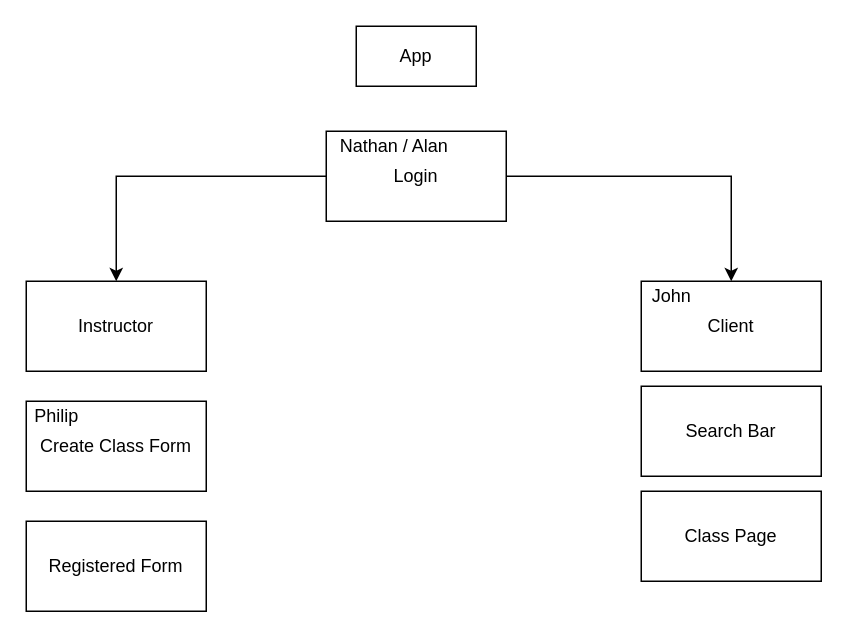
Before: design.drawio in Build-Week-AnywhereFitness-1021/front-end, a draw.io diagram. Source tidied: cells renumbered, new cells numbered last; positions are measured from the earlier drawing's top-left corner, leaving out a move shared by most shapes. Both pictures are drawn from the tidied source at 150%, with x=0, y=0 at pixel (26, 26).
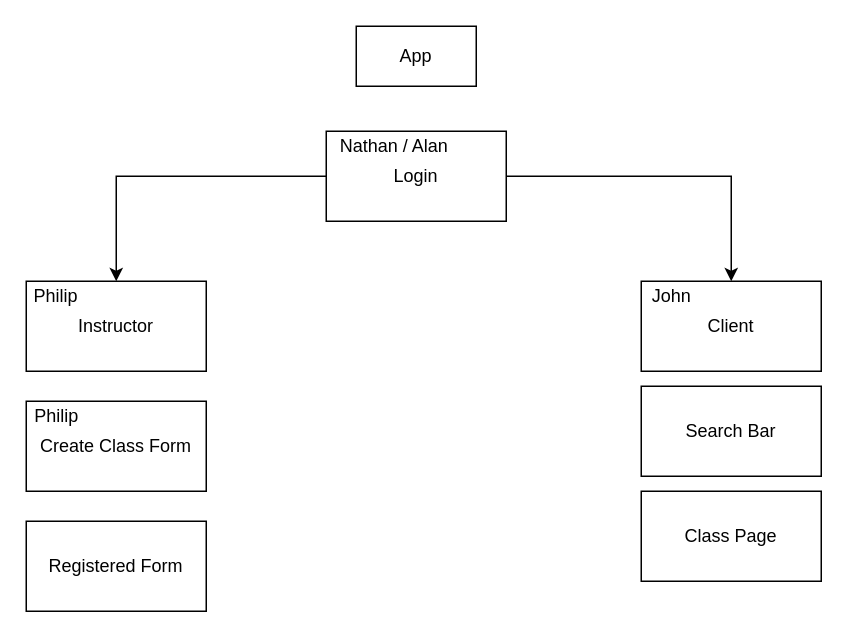
The same page after the edit.

The edit, as a diff of the source:
```diff
@@
 <mxGraphModel>
   <root>
     <mxCell id="0" />
     <mxCell id="1" parent="0" />
     <mxCell id="2" value="App&lt;br&gt;" style="whiteSpace=wrap;html=1;" parent="1" vertex="1">
       <mxGeometry x="220" width="80" height="40" as="geometry" />
     </mxCell>
     <mxCell id="3" style="edgeStyle=orthogonalEdgeStyle;rounded=0;jettySize=auto;html=1;exitX=0;exitY=0.5;exitDx=0;exitDy=0;entryX=0.5;entryY=0;entryDx=0;entryDy=0;" parent="1" edge="1" source="5" target="6">
       <mxGeometry relative="1" as="geometry" />
     </mxCell>
     <mxCell id="4" style="edgeStyle=orthogonalEdgeStyle;rounded=0;jettySize=auto;html=1;entryX=0.5;entryY=0;entryDx=0;entryDy=0;" parent="1" edge="1" source="5" target="7">
       <mxGeometry relative="1" as="geometry" />
     </mxCell>
     <mxCell id="5" value="Login&lt;br&gt;" style="whiteSpace=wrap;html=1;" parent="1" vertex="1">
       <mxGeometry x="200" y="70" width="120" height="60" as="geometry" />
     </mxCell>
     <mxCell id="6" value="Instructor&lt;br&gt;" style="whiteSpace=wrap;html=1;" parent="1" vertex="1">
       <mxGeometry y="170" width="120" height="60" as="geometry" />
     </mxCell>
     <mxCell id="7" value="Client&lt;br&gt;" style="whiteSpace=wrap;html=1;" parent="1" vertex="1">
       <mxGeometry x="410" y="170" width="120" height="60" as="geometry" />
     </mxCell>
     <mxCell id="8" value="Create Class Form&lt;br&gt;" style="whiteSpace=wrap;html=1;" parent="1" vertex="1">
       <mxGeometry y="250" width="120" height="60" as="geometry" />
     </mxCell>
     <mxCell id="9" value="Class Page" style="whiteSpace=wrap;html=1;" parent="1" vertex="1">
       <mxGeometry x="410" y="310" width="120" height="60" as="geometry" />
     </mxCell>
     <mxCell id="10" value="Search Bar&lt;br&gt;" style="whiteSpace=wrap;html=1;" parent="1" vertex="1">
       <mxGeometry x="410" y="240" width="120" height="60" as="geometry" />
     </mxCell>
     <mxCell id="11" value="Registered Form&lt;br&gt;" style="whiteSpace=wrap;html=1;" parent="1" vertex="1">
       <mxGeometry y="330" width="120" height="60" as="geometry" />
     </mxCell>
     <mxCell id="12" value="Nathan / Alan" style="text;html=1;align=center;verticalAlign=middle;fillColor=none;strokeColor=none;rounded=0;" parent="1" vertex="1">
       <mxGeometry x="200" y="70" width="90" height="20" as="geometry" />
     </mxCell>
     <mxCell id="13" value="Philip" style="text;html=1;align=center;verticalAlign=middle;fillColor=none;strokeColor=none;rounded=0;" parent="1" vertex="1">
       <mxGeometry y="250" width="40" height="20" as="geometry" />
     </mxCell>
     <mxCell id="14" value="John&lt;br&gt;" style="text;html=1;align=center;verticalAlign=middle;fillColor=none;strokeColor=none;rounded=0;" parent="1" vertex="1">
       <mxGeometry x="410" y="170" width="40" height="20" as="geometry" />
     </mxCell>
+    <mxCell id="15" value="Philip" style="text;html=1;strokeColor=none;fillColor=none;align=center;verticalAlign=middle;whiteSpace=wrap;rounded=0;" parent="1" vertex="1">
+      <mxGeometry y="170" width="40" height="20" as="geometry" />
+    </mxCell>
   </root>
 </mxGraphModel>
```
